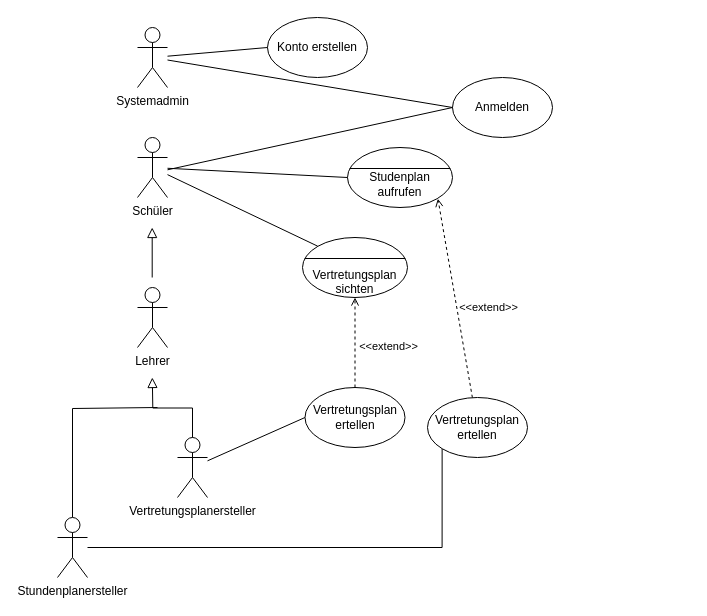
This is UseCase.drawio from TrainFan1804/SchulverwaltungUML, a draw.io file, before an edit. Source tidied: cells renumbered, new cells numbered last; positions are measured from the earlier drawing's top-left corner, leaving out a move shared by most shapes. Both pictures are drawn from the tidied source at 100%, with x=0, y=0 at pixel (57, 17).
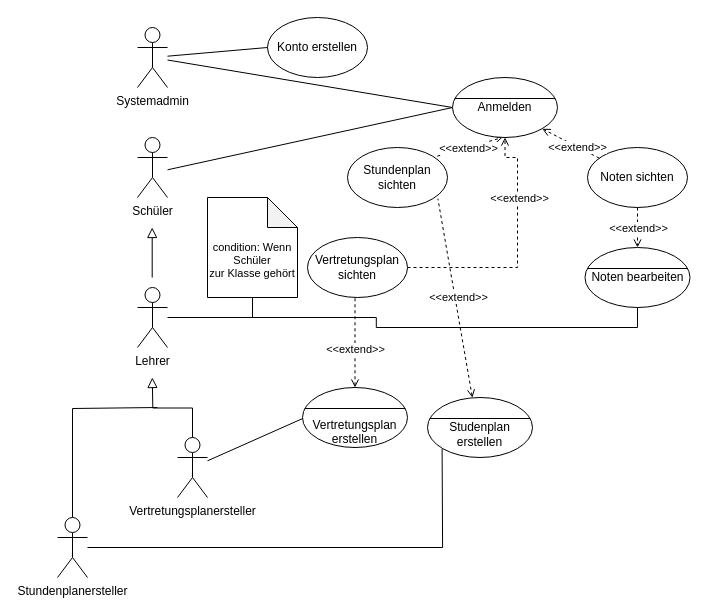
The same diagram, later.

Unchanged cells that the change refers to:
```xml
<mxCell id="2" value="&lt;div&gt;Schüler&lt;/div&gt;&lt;div&gt;&lt;br&gt;&lt;/div&gt;" style="shape=umlActor;html=1;verticalLabelPosition=bottom;verticalAlign=top;align=center;" parent="1" vertex="1">
  <mxGeometry x="80" y="120" width="30" height="60" as="geometry" />
</mxCell>
<mxCell id="4" value="&lt;div&gt;Lehrer&lt;/div&gt;" style="shape=umlActor;html=1;verticalLabelPosition=bottom;verticalAlign=top;align=center;" parent="1" vertex="1">
  <mxGeometry x="80" y="270" width="30" height="60" as="geometry" />
</mxCell>
<mxCell id="10" value="&lt;div&gt;Systemadmin&lt;/div&gt;" style="shape=umlActor;html=1;verticalLabelPosition=bottom;verticalAlign=top;align=center;" parent="1" vertex="1">
  <mxGeometry x="80" y="10" width="30" height="60" as="geometry" />
</mxCell>
<mxCell id="12" value="Vertretungsplanersteller" style="shape=umlActor;html=1;verticalLabelPosition=bottom;verticalAlign=top;align=center;" parent="1" vertex="1">
  <mxGeometry x="120" y="420" width="30" height="60" as="geometry" />
</mxCell>
<mxCell id="22" value="Stundenplanersteller" style="shape=umlActor;html=1;verticalLabelPosition=bottom;verticalAlign=top;align=center;" parent="1" vertex="1">
  <mxGeometry y="500" width="30" height="60" as="geometry" />
</mxCell>
```

The edit, as a diff of the source:
```diff
@@
-    <mxCell id="5" value="&lt;div&gt;Anmelden&lt;/div&gt;" style="ellipse;whiteSpace=wrap;html=1;" parent="1" vertex="1">
-      <mxGeometry x="395" y="60" width="100" height="60" as="geometry" />
-    </mxCell>
@@
-    <mxCell id="7" style="rounded=0;jettySize=auto;html=1;entryX=0;entryY=0.5;entryDx=0;entryDy=0;endArrow=none;endFill=0;" parent="1" edge="1" target="5">
+    <mxCell id="7" style="rounded=0;orthogonalLoop=1;jettySize=auto;html=1;entryX=0;entryY=0.5;entryDx=0;entryDy=0;endArrow=none;endFill=0;" parent="1" edge="1">
       <mxGeometry relative="1" as="geometry">
         <mxPoint x="110" y="152.3" as="sourcePoint" />
+        <mxPoint x="395" y="90" as="targetPoint" />
       </mxGeometry>
     </mxCell>
@@
-    <mxCell id="9" style="rounded=0;jettySize=auto;html=1;entryX=0;entryY=0.5;entryDx=0;entryDy=0;endArrow=none;endFill=0;" parent="1" edge="1" source="10" target="5">
-      <mxGeometry relative="1" as="geometry" />
+    <mxCell id="9" style="rounded=0;jettySize=auto;html=1;entryX=0;entryY=0.5;entryDx=0;entryDy=0;endArrow=none;endFill=0;" parent="1" edge="1" source="10">
+      <mxGeometry relative="1" as="geometry">
+        <mxPoint x="395" y="90" as="targetPoint" />
+      </mxGeometry>
     </mxCell>
@@
-    <mxCell id="11" style="rounded=0;jettySize=auto;html=1;entryX=0;entryY=0.5;entryDx=0;entryDy=0;endArrow=none;endFill=0;" parent="1" edge="1" source="12" target="16">
-      <mxGeometry relative="1" as="geometry" />
+    <mxCell id="11" style="rounded=0;jettySize=auto;html=1;entryX=0;entryY=0.5;entryDx=0;entryDy=0;endArrow=none;endFill=0;" parent="1" edge="1" source="12">
+      <mxGeometry relative="1" as="geometry">
+        <mxPoint x="247.5" y="400" as="targetPoint" />
+      </mxGeometry>
     </mxCell>
@@
-    <mxCell id="14" style="edgeStyle=orthogonalEdgeStyle;rounded=0;jettySize=auto;html=1;dashed=1;endArrow=open;endFill=0;" parent="1" edge="1" source="16" target="17">
-      <mxGeometry relative="1" as="geometry" />
+    <mxCell id="14" style="edgeStyle=orthogonalEdgeStyle;rounded=0;orthogonalLoop=1;jettySize=auto;html=1;dashed=1;endArrow=none;endFill=0;startArrow=open;startFill=0;" parent="1" edge="1">
+      <mxGeometry relative="1" as="geometry">
+        <mxPoint x="297.5" y="370" as="sourcePoint" />
+        <mxPoint x="297.5" y="280" as="targetPoint" />
+      </mxGeometry>
     </mxCell>
     <mxCell id="15" value="&amp;lt;&amp;lt;extend&amp;gt;&amp;gt;" style="edgeLabel;html=1;align=center;verticalAlign=middle;" parent="14" vertex="1">
       <mxGeometry x="-0.06" y="-1" relative="1" as="geometry">
-        <mxPoint x="32" as="offset" />
+        <mxPoint x="-1" y="3" as="offset" />
       </mxGeometry>
     </mxCell>
-    <mxCell id="16" value="&lt;div&gt;Vertretungsplan&lt;/div&gt;&lt;div&gt;ertellen&lt;br&gt;&lt;/div&gt;" style="ellipse;whiteSpace=wrap;html=1;" parent="1" vertex="1">
-      <mxGeometry x="247.5" y="370" width="100" height="60" as="geometry" />
-    </mxCell>
-    <mxCell id="17" value="&lt;div&gt;&lt;br&gt;&lt;/div&gt;&lt;div&gt;&lt;br&gt;&lt;/div&gt;&lt;div&gt;&lt;br&gt;&lt;/div&gt;&lt;div&gt;Vertretungsplan&lt;/div&gt;&lt;div&gt;sichten&lt;br&gt;&lt;/div&gt;&lt;div&gt;&lt;br/&gt;&lt;/div&gt;" style="html=1;shape=mxgraph.sysml.useCaseExtPt;whiteSpace=wrap;align=center;" parent="1" vertex="1">
-      <mxGeometry x="245" y="220" width="105" height="60" as="geometry" />
-    </mxCell>
-    <mxCell id="18" style="html=1;verticalAlign=middle;align=center;labelBackgroundColor=none;fontStyle=1;" parent="17" vertex="1">
-      <mxGeometry x="52.5" y="12.8" as="geometry" />
-    </mxCell>
-    <mxCell id="19" style="rounded=0;jettySize=auto;html=1;entryX=0.145;entryY=0.145;entryDx=0;entryDy=0;entryPerimeter=0;endArrow=none;endFill=0;" parent="1" edge="1" source="2" target="17">
-      <mxGeometry relative="1" as="geometry" />
-    </mxCell>
@@
-    <mxCell id="21" style="rounded=0;jettySize=auto;html=1;entryX=0;entryY=1;entryDx=0;entryDy=0;edgeStyle=orthogonalEdgeStyle;endArrow=none;endFill=0;" parent="1" edge="1" source="22" target="25">
-      <mxGeometry relative="1" as="geometry" />
+    <mxCell id="21" style="rounded=0;jettySize=auto;html=1;entryX=0;entryY=1;entryDx=0;entryDy=0;edgeStyle=orthogonalEdgeStyle;endArrow=none;endFill=0;" parent="1" edge="1" source="22">
+      <mxGeometry relative="1" as="geometry">
+        <mxPoint x="384.6" y="431.2" as="targetPoint" />
+      </mxGeometry>
     </mxCell>
@@
-    <mxCell id="23" style="rounded=0;jettySize=auto;html=1;entryX=1;entryY=1;entryDx=0;entryDy=0;endArrow=open;endFill=0;dashed=1;" parent="1" edge="1" source="25">
+    <mxCell id="23" style="rounded=0;orthogonalLoop=1;jettySize=auto;html=1;entryX=1;entryY=1;entryDx=0;entryDy=0;endArrow=none;endFill=0;dashed=1;startArrow=open;startFill=0;" parent="1" edge="1">
       <mxGeometry relative="1" as="geometry">
+        <mxPoint x="414.9" y="380.2" as="sourcePoint" />
         <mxPoint x="380.4" y="181.2" as="targetPoint" />
       </mxGeometry>
     </mxCell>
     <mxCell id="24" value="&amp;lt;&amp;lt;extend&amp;gt;&amp;gt;" style="edgeLabel;html=1;align=center;verticalAlign=middle;" parent="23" vertex="1">
       <mxGeometry x="-0.16" y="2" relative="1" as="geometry">
-        <mxPoint x="32" y="-7" as="offset" />
+        <mxPoint x="2" y="-17" as="offset" />
       </mxGeometry>
     </mxCell>
-    <mxCell id="25" value="&lt;div&gt;Vertretungsplan&lt;/div&gt;&lt;div&gt;ertellen&lt;br&gt;&lt;/div&gt;" style="ellipse;whiteSpace=wrap;html=1;" parent="1" vertex="1">
-      <mxGeometry x="370" y="380" width="100" height="60" as="geometry" />
-    </mxCell>
-    <mxCell id="26" value="&lt;div&gt;&lt;br&gt;&lt;/div&gt;&lt;div&gt;Studenplan&lt;/div&gt;&lt;div&gt;aufrufen&lt;br&gt;&lt;/div&gt;" style="html=1;shape=mxgraph.sysml.useCaseExtPt;whiteSpace=wrap;align=center;" parent="1" vertex="1">
-      <mxGeometry x="290" y="130" width="105" height="60" as="geometry" />
-    </mxCell>
-    <mxCell id="27" style="html=1;verticalAlign=middle;align=center;labelBackgroundColor=none;fontStyle=1;" parent="26" vertex="1">
-      <mxGeometry x="52.5" y="12.8" as="geometry" />
-    </mxCell>
-    <mxCell id="28" style="rounded=0;jettySize=auto;html=1;entryX=0;entryY=0.5;entryDx=0;entryDy=0;entryPerimeter=0;endArrow=none;endFill=0;" parent="1" edge="1" source="2" target="26">
-      <mxGeometry relative="1" as="geometry" />
-    </mxCell>
+    <mxCell id="29" style="rounded=0;orthogonalLoop=1;jettySize=auto;html=1;entryX=0.5;entryY=1;entryDx=0;entryDy=0;exitX=0.855;exitY=0.145;exitDx=0;exitDy=0;exitPerimeter=0;endArrow=open;endFill=0;dashed=1;" parent="1" edge="1">
+      <mxGeometry relative="1" as="geometry">
+        <mxPoint x="379.8" y="138.7" as="sourcePoint" />
+        <mxPoint x="445" y="120" as="targetPoint" />
+      </mxGeometry>
+    </mxCell>
+    <mxCell id="30" value="&amp;lt;&amp;lt;extend&amp;gt;&amp;gt;" style="edgeLabel;html=1;align=center;verticalAlign=middle;" parent="29" vertex="1">
+      <mxGeometry x="-0.28" y="-1" relative="1" as="geometry">
+        <mxPoint x="7" y="-3" as="offset" />
+      </mxGeometry>
+    </mxCell>
+    <mxCell id="5" value="&lt;div&gt;Anmelden&lt;/div&gt;" style="html=1;shape=mxgraph.sysml.useCaseExtPt;whiteSpace=wrap;align=center;" parent="1" vertex="1">
+      <mxGeometry x="395" y="60" width="105" height="60" as="geometry" />
+    </mxCell>
+    <mxCell id="31" style="html=1;verticalAlign=middle;align=center;labelBackgroundColor=none;fontStyle=1;" parent="5" vertex="1">
+      <mxGeometry x="52.5" y="12.8" as="geometry" />
+    </mxCell>
+    <mxCell id="32" style="edgeStyle=orthogonalEdgeStyle;rounded=0;jettySize=auto;html=1;entryX=0.5;entryY=1;entryDx=0;entryDy=0;entryPerimeter=0;dashed=1;endArrow=open;endFill=0;" parent="1" edge="1" target="5">
+      <mxGeometry relative="1" as="geometry">
+        <mxPoint x="350" y="250" as="sourcePoint" />
+        <Array as="points">
+          <mxPoint x="460" y="250" />
+          <mxPoint x="460" y="140" />
+          <mxPoint x="448" y="140" />
+        </Array>
+      </mxGeometry>
+    </mxCell>
+    <mxCell id="33" value="&amp;lt;&amp;lt;extend&amp;gt;&amp;gt;" style="edgeLabel;html=1;align=center;verticalAlign=middle;" parent="32" vertex="1">
+      <mxGeometry x="-0.51" y="-1" relative="1" as="geometry">
+        <mxPoint x="49" y="-71" as="offset" />
+      </mxGeometry>
+    </mxCell>
+    <mxCell id="34" value="Noten bearbeiten" style="html=1;shape=mxgraph.sysml.useCaseExtPt;whiteSpace=wrap;align=center;" parent="1" vertex="1">
+      <mxGeometry x="527.5" y="230" width="105" height="60" as="geometry" />
+    </mxCell>
+    <mxCell id="35" style="html=1;verticalAlign=middle;align=center;labelBackgroundColor=none;fontStyle=1;" parent="34" vertex="1">
+      <mxGeometry x="52.5" y="12.8" as="geometry" />
+    </mxCell>
+    <mxCell id="36" value="&lt;div&gt;&lt;br&gt;&lt;/div&gt;&lt;div&gt;Studenplan&lt;/div&gt;&lt;div&gt;erstellen&lt;br&gt;&lt;/div&gt;" style="html=1;shape=mxgraph.sysml.useCaseExtPt;whiteSpace=wrap;align=center;" parent="1" vertex="1">
+      <mxGeometry x="370" y="380" width="105" height="60" as="geometry" />
+    </mxCell>
+    <mxCell id="37" style="html=1;verticalAlign=middle;align=center;labelBackgroundColor=none;fontStyle=1;" parent="36" vertex="1">
+      <mxGeometry x="52.5" y="12.8" as="geometry" />
+    </mxCell>
+    <mxCell id="38" value="&lt;div&gt;Stundenplan&lt;/div&gt;&lt;div&gt;sichten&lt;br&gt;&lt;/div&gt;" style="ellipse;whiteSpace=wrap;html=1;" parent="1" vertex="1">
+      <mxGeometry x="290" y="130" width="100" height="60" as="geometry" />
+    </mxCell>
+    <mxCell id="39" value="&lt;div&gt;&lt;br&gt;&lt;/div&gt;&lt;div&gt;&lt;br&gt;&lt;/div&gt;&lt;div&gt;&lt;br&gt;&lt;/div&gt;&lt;div&gt;Vertretungsplan&lt;/div&gt;&lt;div&gt;erstellen&lt;br&gt;&lt;/div&gt;&lt;div&gt;&lt;br&gt;&lt;/div&gt;" style="html=1;shape=mxgraph.sysml.useCaseExtPt;whiteSpace=wrap;align=center;" parent="1" vertex="1">
+      <mxGeometry x="245" y="370" width="105" height="60" as="geometry" />
+    </mxCell>
+    <mxCell id="40" style="html=1;verticalAlign=middle;align=center;labelBackgroundColor=none;fontStyle=1;" parent="39" vertex="1">
+      <mxGeometry x="52.5" y="12.8" as="geometry" />
+    </mxCell>
+    <mxCell id="17" value="&lt;div&gt;&lt;div&gt;Vertretungsplan&lt;/div&gt;&lt;/div&gt;&lt;div&gt;sichten&lt;br&gt;&lt;/div&gt;" style="ellipse;whiteSpace=wrap;html=1;" parent="1" vertex="1">
+      <mxGeometry x="250" y="220" width="100" height="60" as="geometry" />
+    </mxCell>
+    <mxCell id="41" value="Noten sichten" style="ellipse;whiteSpace=wrap;html=1;" parent="1" vertex="1">
+      <mxGeometry x="530" y="130" width="100" height="60" as="geometry" />
+    </mxCell>
+    <mxCell id="42" style="rounded=0;jettySize=auto;html=1;entryX=0.855;entryY=0.855;entryDx=0;entryDy=0;entryPerimeter=0;endArrow=open;endFill=0;dashed=1;" parent="1" edge="1" source="41" target="5">
+      <mxGeometry relative="1" as="geometry" />
+    </mxCell>
+    <mxCell id="43" value="&amp;lt;&amp;lt;extend&amp;gt;&amp;gt;" style="edgeLabel;html=1;align=center;verticalAlign=middle;" parent="42" vertex="1">
+      <mxGeometry x="-0.2" relative="1" as="geometry">
+        <mxPoint x="1" y="1" as="offset" />
+      </mxGeometry>
+    </mxCell>
+    <mxCell id="44" style="edgeStyle=orthogonalEdgeStyle;rounded=0;jettySize=auto;html=1;entryX=0.5;entryY=0;entryDx=0;entryDy=0;entryPerimeter=0;dashed=1;endArrow=open;endFill=0;" parent="1" edge="1" source="41" target="34">
+      <mxGeometry relative="1" as="geometry" />
+    </mxCell>
+    <mxCell id="45" value="&amp;lt;&amp;lt;extend&amp;gt;&amp;gt;" style="edgeLabel;html=1;align=center;verticalAlign=middle;" parent="44" vertex="1">
+      <mxGeometry x="-0.3" y="1" relative="1" as="geometry">
+        <mxPoint x="-1" y="6" as="offset" />
+      </mxGeometry>
+    </mxCell>
+    <mxCell id="46" style="edgeStyle=orthogonalEdgeStyle;rounded=0;jettySize=auto;html=1;entryX=0.5;entryY=1;entryDx=0;entryDy=0;entryPerimeter=0;endArrow=none;endFill=0;" parent="1" edge="1" source="4" target="34">
+      <mxGeometry relative="1" as="geometry" />
+    </mxCell>
+    <mxCell id="47" style="edgeStyle=orthogonalEdgeStyle;rounded=0;jettySize=auto;html=1;endArrow=none;endFill=0;" parent="1" edge="1" source="48">
+      <mxGeometry relative="1" as="geometry">
+        <mxPoint x="185" y="300" as="targetPoint" />
+      </mxGeometry>
+    </mxCell>
+    <mxCell id="48" value="&lt;div style=&quot;font-size: 11px;&quot;&gt;&lt;font style=&quot;font-size: 11px;&quot;&gt;&lt;br&gt;&lt;/font&gt;&lt;/div&gt;&lt;div style=&quot;font-size: 11px;&quot;&gt;&lt;font style=&quot;font-size: 11px;&quot;&gt;&lt;br&gt;&lt;/font&gt;&lt;/div&gt;&lt;div style=&quot;font-size: 11px;&quot;&gt;&lt;font style=&quot;font-size: 11px;&quot;&gt;condition: Wenn Schüler&lt;/font&gt;&lt;/div&gt;&lt;div style=&quot;font-size: 11px;&quot;&gt;&lt;font style=&quot;font-size: 11px;&quot;&gt;&lt;font style=&quot;font-size: 11px;&quot;&gt;zur Klasse gehört&lt;/font&gt;&lt;font style=&quot;font-size: 11px;&quot;&gt;&lt;br&gt;&lt;/font&gt;&lt;/font&gt;&lt;/div&gt;" style="shape=note;whiteSpace=wrap;html=1;backgroundOutline=1;darkOpacity=0.05;" parent="1" vertex="1">
+      <mxGeometry x="150" y="180" width="90" height="100" as="geometry" />
+    </mxCell>
```
